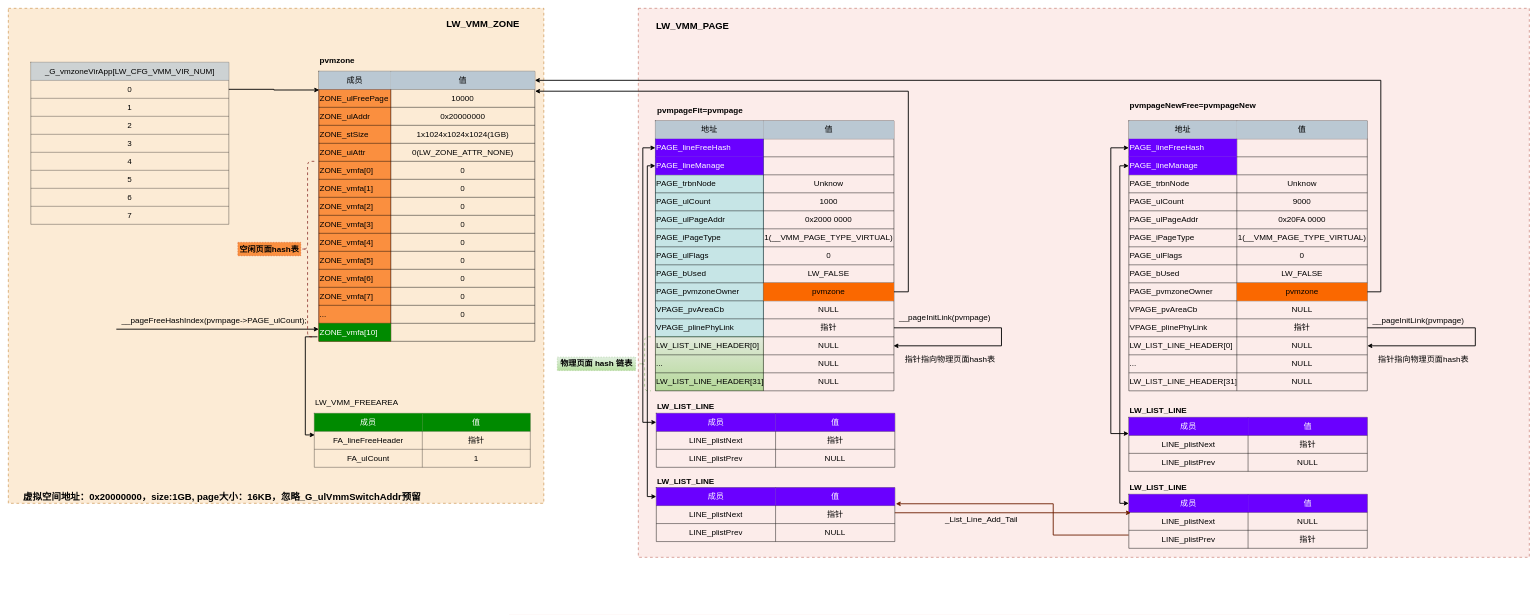
This is page "__pageStructSeparate" (24 of 24) of draw/mips中断亲和度.drawio from peng-fan/drawio, a draw.io file, before an edit. Source tidied: cells renumbered, new cells numbered last; positions are measured from the earlier drawing's top-left corner, leaving out a move shared by most shapes. Both pictures are drawn from the tidied source at 45%, with x=0, y=0 at pixel (8, 8).
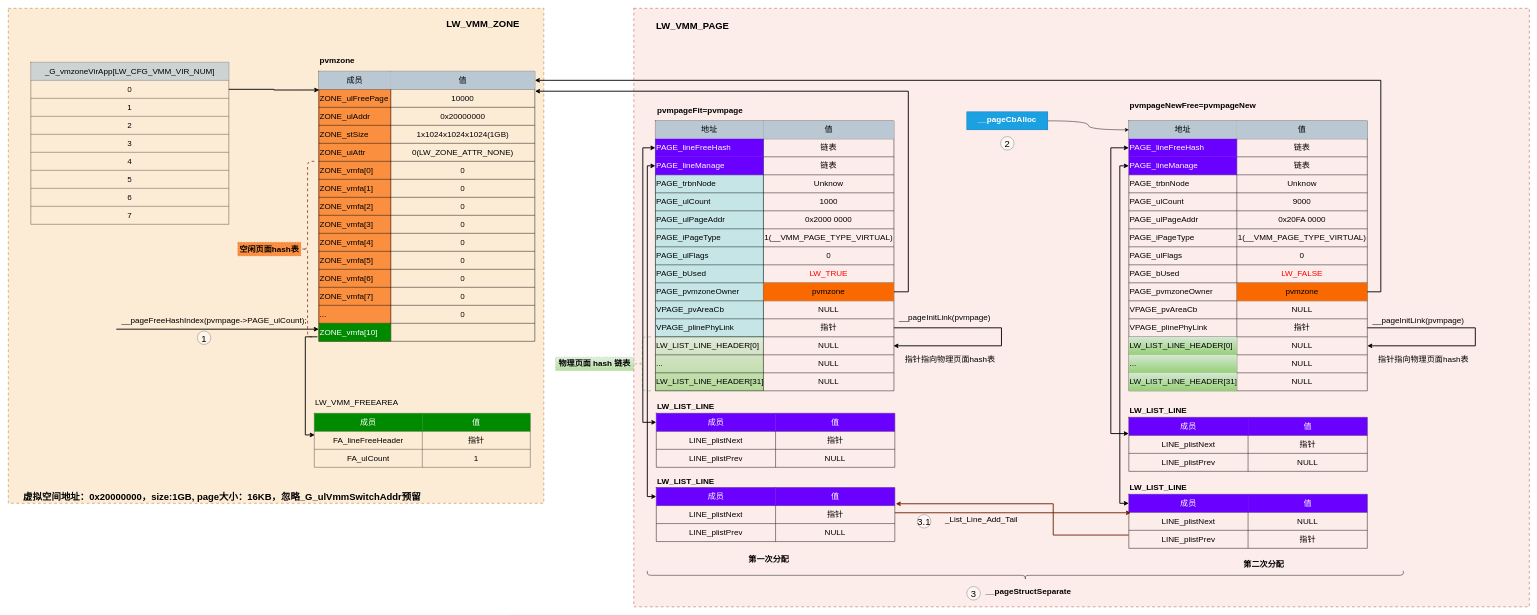
Above is the later version.

Commit message (it also covers changes not shown here):
Update mips中断亲和度.drawio

The change refers to these unchanged cells:
```xml
<mxCell id="10" style="shape=partialRectangle;fillColor=none;top=0;left=0;bottom=0;right=0;points=[[0,0.5],[1,0.5]];portConstraint=eastwest;fontSize=18;strokeColor=default;" parent="6" vertex="1">
  <mxGeometry y="40" width="530" height="40" as="geometry" />
</mxCell>
<mxCell id="13" style="shape=partialRectangle;fillColor=none;top=0;left=0;bottom=0;right=0;points=[[0,0.5],[1,0.5]];portConstraint=eastwest;fontSize=18;strokeColor=default;" parent="6" vertex="1">
  <mxGeometry y="80" width="530" height="40" as="geometry" />
</mxCell>
<mxCell id="31" style="shape=partialRectangle;fillColor=none;top=0;left=0;bottom=0;right=0;fontSize=18;strokeColor=default;" parent="6" vertex="1">
  <mxGeometry y="320" width="530" height="40" as="geometry" />
</mxCell>
<mxCell id="170" style="shape=partialRectangle;fillColor=none;top=0;left=0;bottom=0;right=0;points=[[0,0.5],[1,0.5]];portConstraint=eastwest;fontSize=18;strokeColor=default;" parent="169" vertex="1">
  <mxGeometry width="530" height="40" as="geometry" />
</mxCell>
<mxCell id="173" style="shape=partialRectangle;fillColor=none;top=0;left=0;bottom=0;right=0;points=[[0,0.5],[1,0.5]];portConstraint=eastwest;fontSize=18;strokeColor=default;" parent="169" vertex="1">
  <mxGeometry y="40" width="530" height="40" as="geometry" />
</mxCell>
<mxCell id="176" style="shape=partialRectangle;fillColor=none;top=0;left=0;bottom=0;right=0;points=[[0,0.5],[1,0.5]];portConstraint=eastwest;fontSize=18;strokeColor=default;" parent="169" vertex="1">
  <mxGeometry y="80" width="530" height="40" as="geometry" />
</mxCell>
<mxCell id="194" style="shape=partialRectangle;fillColor=none;top=0;left=0;bottom=0;right=0;fontSize=18;strokeColor=default;" parent="169" vertex="1">
  <mxGeometry y="320" width="530" height="40" as="geometry" />
</mxCell>
<mxCell id="207" style="shape=partialRectangle;fillColor=none;top=0;left=0;bottom=0;right=0;points=[[0,0.5],[1,0.5]];portConstraint=eastwest;fontSize=18;strokeColor=default;" parent="169" vertex="1">
  <mxGeometry y="480" width="530" height="40" as="geometry" />
</mxCell>
<mxCell id="210" style="shape=partialRectangle;fillColor=none;top=0;left=0;bottom=0;right=0;fontSize=18;strokeColor=default;" parent="169" vertex="1">
  <mxGeometry y="520" width="530" height="40" as="geometry" />
</mxCell>
<mxCell id="213" style="shape=partialRectangle;fillColor=none;top=0;left=0;bottom=0;right=0;fontSize=18;strokeColor=default;" parent="169" vertex="1">
  <mxGeometry y="560" width="530" height="40" as="geometry" />
</mxCell>
```

Diff of the diagram source:
```diff
@@
     <mxCell id="2" style="rounded=0;whiteSpace=wrap;html=1;dashed=1;fontSize=18;strokeColor=#ae4132;strokeWidth=2;fillColor=#fad9d5;align=center;opacity=50;" parent="1" vertex="1">
-      <mxGeometry x="1400" width="1980" height="1220" as="geometry" />
+      <mxGeometry x="1390" width="1990" height="1330" as="geometry" />
     </mxCell>
@@
-    <mxCell id="12" style="shape=partialRectangle;html=1;whiteSpace=wrap;overflow=hidden;fillColor=none;top=0;left=0;bottom=0;right=0;fontSize=18;strokeColor=default;align=center;" parent="10" vertex="1">
+    <mxCell id="12" value="链表" style="shape=partialRectangle;html=1;whiteSpace=wrap;overflow=hidden;fillColor=none;top=0;left=0;bottom=0;right=0;fontSize=18;strokeColor=default;align=center;" parent="10" vertex="1">
       <mxGeometry x="240" width="290" height="40" as="geometry" />
     </mxCell>
@@
-    <mxCell id="15" style="shape=partialRectangle;html=1;whiteSpace=wrap;overflow=hidden;fillColor=none;top=0;left=0;bottom=0;right=0;fontSize=18;strokeColor=default;align=center;" parent="13" vertex="1">
+    <mxCell id="15" value="链表" style="shape=partialRectangle;html=1;whiteSpace=wrap;overflow=hidden;fillColor=none;top=0;left=0;bottom=0;right=0;fontSize=18;strokeColor=default;align=center;" parent="13" vertex="1">
       <mxGeometry x="240" width="290" height="40" as="geometry" />
     </mxCell>
@@
-    <mxCell id="33" value="LW_FALSE" style="shape=partialRectangle;html=1;whiteSpace=wrap;overflow=hidden;fillColor=none;top=0;left=0;bottom=0;right=0;fontSize=18;strokeColor=default;align=center;" parent="31" vertex="1">
+    <mxCell id="33" value="&lt;font color=&quot;#ff0000&quot;&gt;LW_TRUE&lt;/font&gt;" style="shape=partialRectangle;html=1;whiteSpace=wrap;overflow=hidden;fillColor=none;top=0;left=0;bottom=0;right=0;fontSize=18;strokeColor=default;align=center;" parent="31" vertex="1">
       <mxGeometry x="240" width="290" height="40" as="geometry" />
     </mxCell>
@@
     <mxCell id="123" style="shape=curlyBracket;whiteSpace=wrap;html=1;rounded=1;dashed=1;fontSize=18;strokeColor=#82b366;strokeWidth=2;fillColor=#d5e8d4;align=center;opacity=70;size=0.5;" parent="1" vertex="1">
-      <mxGeometry x="1400" y="730" width="28" height="120" as="geometry" />
+      <mxGeometry x="1390" y="730" width="38" height="120" as="geometry" />
     </mxCell>
     <mxCell id="124" value="&lt;b&gt;物理页面 hash 链表&lt;/b&gt;" style="text;html=1;strokeColor=#82b366;fillColor=#d5e8d4;align=center;verticalAlign=middle;whiteSpace=wrap;rounded=0;dashed=1;fontSize=18;opacity=70;gradientColor=#97d077;" parent="1" vertex="1">
-      <mxGeometry x="1220" y="775" width="174" height="30" as="geometry" />
+      <mxGeometry x="1216" y="775" width="174" height="30" as="geometry" />
     </mxCell>
@@
-    <mxCell id="175" style="shape=partialRectangle;html=1;whiteSpace=wrap;overflow=hidden;fillColor=none;top=0;left=0;bottom=0;right=0;fontSize=18;strokeColor=default;align=center;" parent="173" vertex="1">
+    <mxCell id="175" value="链表" style="shape=partialRectangle;html=1;whiteSpace=wrap;overflow=hidden;fillColor=none;top=0;left=0;bottom=0;right=0;fontSize=18;strokeColor=default;align=center;" parent="173" vertex="1">
       <mxGeometry x="240" width="290" height="40" as="geometry" />
     </mxCell>
@@
-    <mxCell id="178" style="shape=partialRectangle;html=1;whiteSpace=wrap;overflow=hidden;fillColor=none;top=0;left=0;bottom=0;right=0;fontSize=18;strokeColor=default;align=center;" parent="176" vertex="1">
+    <mxCell id="178" value="链表" style="shape=partialRectangle;html=1;whiteSpace=wrap;overflow=hidden;fillColor=none;top=0;left=0;bottom=0;right=0;fontSize=18;strokeColor=default;align=center;" parent="176" vertex="1">
       <mxGeometry x="240" width="290" height="40" as="geometry" />
     </mxCell>
@@
-    <mxCell id="196" value="LW_FALSE" style="shape=partialRectangle;html=1;whiteSpace=wrap;overflow=hidden;fillColor=none;top=0;left=0;bottom=0;right=0;fontSize=18;strokeColor=default;align=center;" parent="194" vertex="1">
+    <mxCell id="196" value="&lt;font color=&quot;#ff0000&quot;&gt;LW_FALSE&lt;/font&gt;" style="shape=partialRectangle;html=1;whiteSpace=wrap;overflow=hidden;fillColor=none;top=0;left=0;bottom=0;right=0;fontSize=18;strokeColor=default;align=center;" parent="194" vertex="1">
       <mxGeometry x="240" width="290" height="40" as="geometry" />
     </mxCell>
@@
-    <mxCell id="208" value="LW_LIST_LINE_HEADER[0]" style="shape=partialRectangle;html=1;whiteSpace=wrap;overflow=hidden;fillColor=none;top=0;left=0;bottom=0;right=0;fontSize=18;strokeColor=default;align=left;" parent="207" vertex="1">
+    <mxCell id="208" value="LW_LIST_LINE_HEADER[0]" style="shape=partialRectangle;html=1;whiteSpace=wrap;overflow=hidden;fillColor=#d5e8d4;top=0;left=0;bottom=0;right=0;fontSize=18;strokeColor=#82b366;align=left;gradientColor=#97d077;" parent="207" vertex="1">
       <mxGeometry width="240" height="40" as="geometry" />
     </mxCell>
@@
-    <mxCell id="211" value="..." style="shape=partialRectangle;html=1;whiteSpace=wrap;overflow=hidden;fillColor=none;top=0;left=0;bottom=0;right=0;fontSize=18;strokeColor=default;align=left;" parent="210" vertex="1">
+    <mxCell id="211" value="..." style="shape=partialRectangle;html=1;whiteSpace=wrap;overflow=hidden;fillColor=#d5e8d4;top=0;left=0;bottom=0;right=0;fontSize=18;strokeColor=#82b366;align=left;gradientColor=#97d077;" parent="210" vertex="1">
       <mxGeometry width="240" height="40" as="geometry" />
     </mxCell>
@@
-    <mxCell id="214" value="LW_LIST_LINE_HEADER[31]" style="shape=partialRectangle;html=1;whiteSpace=wrap;overflow=hidden;fillColor=none;top=0;left=0;bottom=0;right=0;fontSize=18;strokeColor=default;align=left;" parent="213" vertex="1">
+    <mxCell id="214" value="LW_LIST_LINE_HEADER[31]" style="shape=partialRectangle;html=1;whiteSpace=wrap;overflow=hidden;fillColor=#d5e8d4;top=0;left=0;bottom=0;right=0;fontSize=18;strokeColor=#82b366;align=left;gradientColor=#97d077;" parent="213" vertex="1">
       <mxGeometry width="240" height="40" as="geometry" />
     </mxCell>
@@
+    <mxCell id="248" value="1" style="ellipse;fillColor=#ffffff;strokeColor=#000000;fontSize=21;align=center;opacity=50;" parent="1" vertex="1">
+      <mxGeometry x="420" y="717" width="30" height="30" as="geometry" />
+    </mxCell>
+    <mxCell id="249" style="edgeStyle=orthogonalEdgeStyle;curved=1;jettySize=auto;html=1;fontColor=#000000;startArrow=none;startFill=0;" parent="1" edge="1" source="250" target="170">
+      <mxGeometry relative="1" as="geometry" />
+    </mxCell>
+    <mxCell id="250" value="&lt;b&gt;__pageCbAlloc&lt;/b&gt;" style="text;whiteSpace=wrap;html=1;fontSize=18;fontColor=#ffffff;fillColor=#1ba1e2;strokeColor=#006EAF;align=center;" parent="1" vertex="1">
+      <mxGeometry x="2130" y="230" width="180" height="40" as="geometry" />
+    </mxCell>
+    <mxCell id="251" value="2" style="ellipse;fillColor=#ffffff;strokeColor=#000000;fontSize=21;align=center;opacity=50;" parent="1" vertex="1">
+      <mxGeometry x="2205" y="285" width="30" height="30" as="geometry" />
+    </mxCell>
+    <mxCell id="252" style="shape=curlyBracket;whiteSpace=wrap;html=1;rounded=1;fontColor=#000000;fillColor=none;rotation=-90;" parent="1" vertex="1">
+      <mxGeometry x="2250" y="420" width="20" height="1680" as="geometry" />
+    </mxCell>
+    <mxCell id="253" value="&lt;b&gt;&lt;font style=&quot;font-size: 18px&quot;&gt;第一次分配&lt;/font&gt;&lt;/b&gt;" style="text;html=1;strokeColor=none;fillColor=none;align=center;verticalAlign=middle;whiteSpace=wrap;rounded=0;fontColor=#000000;" parent="1" vertex="1">
+      <mxGeometry x="1630" y="1210" width="120" height="30" as="geometry" />
+    </mxCell>
+    <mxCell id="254" value="&lt;b&gt;__pageStructSeparate&lt;/b&gt;" style="text;whiteSpace=wrap;html=1;fontSize=18;fontColor=#000000;" parent="1" vertex="1">
+      <mxGeometry x="2170" y="1280" width="210" height="40" as="geometry" />
+    </mxCell>
+    <mxCell id="255" value="3" style="ellipse;fillColor=#ffffff;strokeColor=#000000;fontSize=21;align=center;opacity=50;" parent="1" vertex="1">
+      <mxGeometry x="2130" y="1285" width="30" height="30" as="geometry" />
+    </mxCell>
+    <mxCell id="256" value="3.1" style="ellipse;fillColor=#ffffff;strokeColor=#000000;fontSize=21;align=center;opacity=50;" parent="1" vertex="1">
+      <mxGeometry x="2020" y="1125" width="30" height="30" as="geometry" />
+    </mxCell>
+    <mxCell id="257" value="&lt;b&gt;&lt;font style=&quot;font-size: 18px&quot;&gt;第二次分配&lt;/font&gt;&lt;/b&gt;" style="text;html=1;strokeColor=none;fillColor=none;align=center;verticalAlign=middle;whiteSpace=wrap;rounded=0;fontColor=#000000;" parent="1" vertex="1">
+      <mxGeometry x="2730" y="1220" width="120" height="30" as="geometry" />
+    </mxCell>
```
